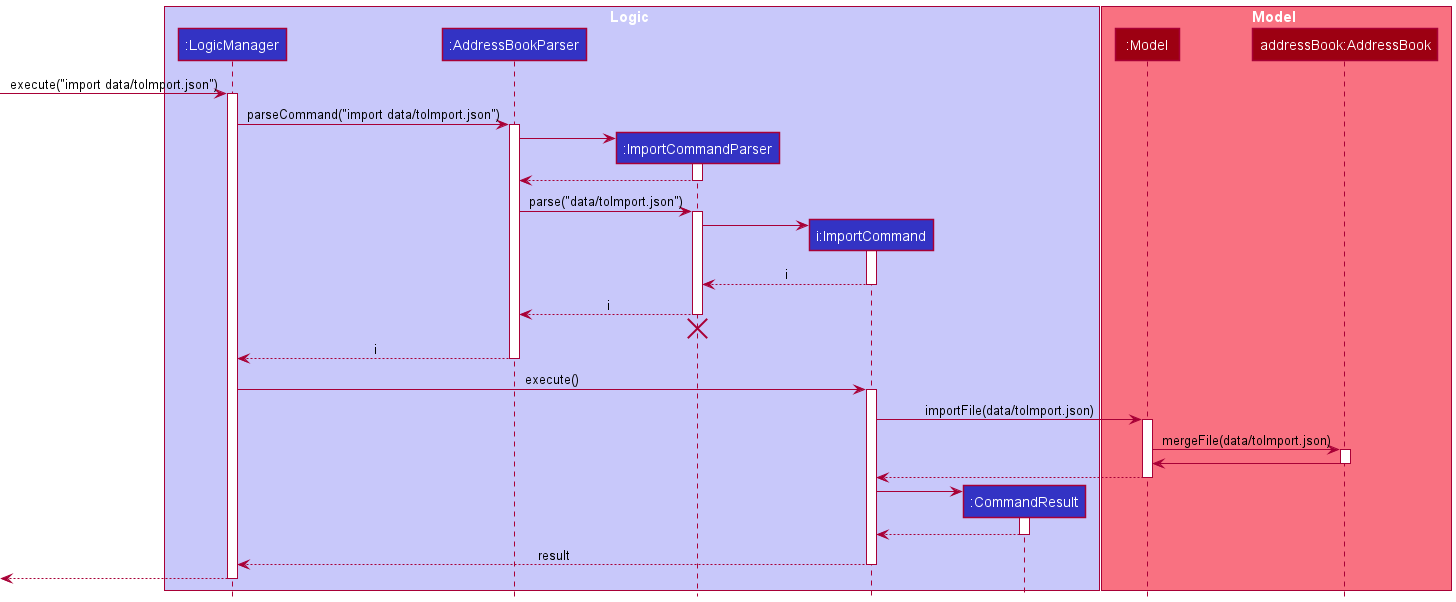
The PlantUML diagram docs/images/ImportSequenceDiagram.png in nus-cs2103-AY2122S1/tp, before a commit.
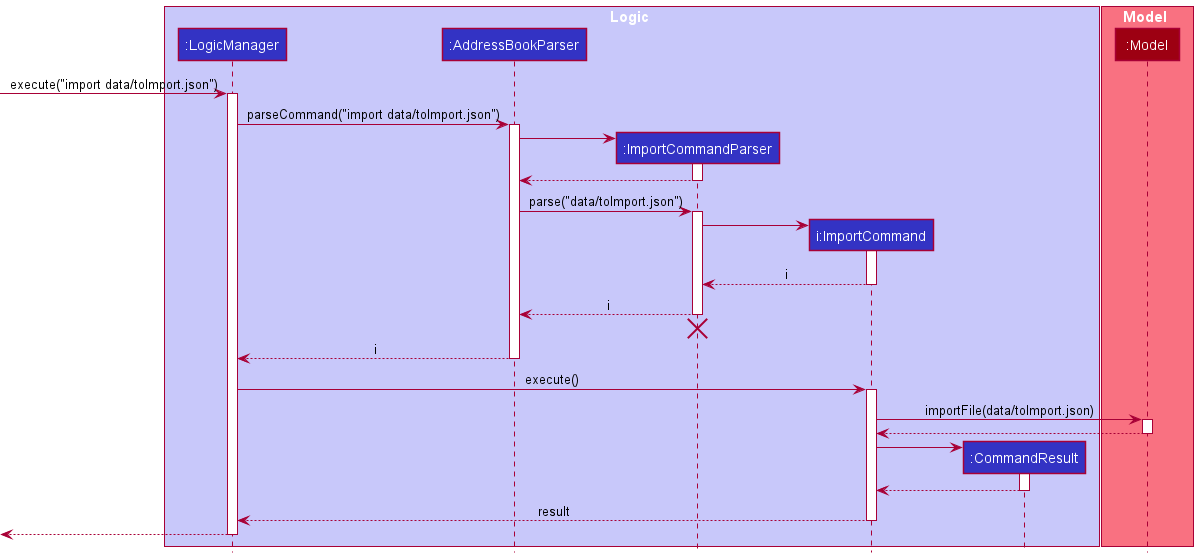
The same diagram one commit later.

Commit message:
Remove Low level Details in sequence diagram for Import

The edit, as a diff of the source:
```diff
@@ -11,7 +11,6 @@
 
 box Model MODEL_COLOR_T1
 participant ":Model" as Model MODEL_COLOR
-participant "addressBook:AddressBook" as AddressBook MODEL_COLOR
 end box
 
 [-> LogicManager : execute("import data/toImport.json")
@@ -52,12 +51,6 @@
 ImportCommand -> Model : importFile(data/toImport.json)
 activate Model
 
-Model -> AddressBook : mergeFile(data/toImport.json)
-activate AddressBook
-
-AddressBook -> Model
-deactivate AddressBook
-
 Model --> ImportCommand
 deactivate Model
 
```
